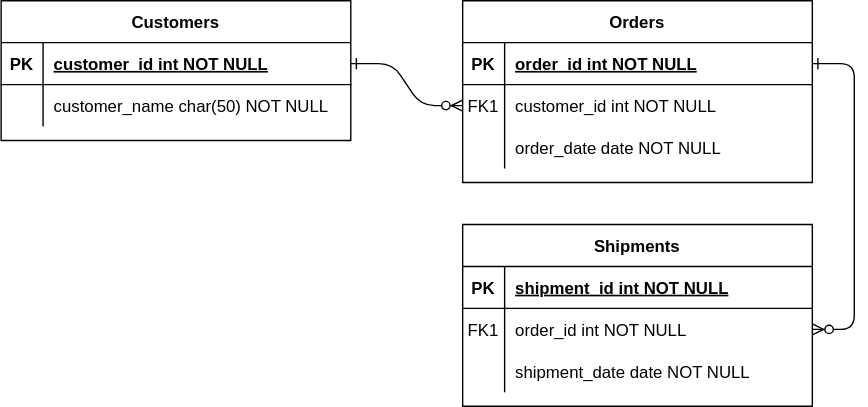
Above: project-board-erd.svg in YOOJONGHWA/fastcampus-project-board (draw.io), before the change. Source tidied: cells renumbered, new cells last; positions are measured from the earlier drawing's top-left corner, leaving out a move shared by most shapes.
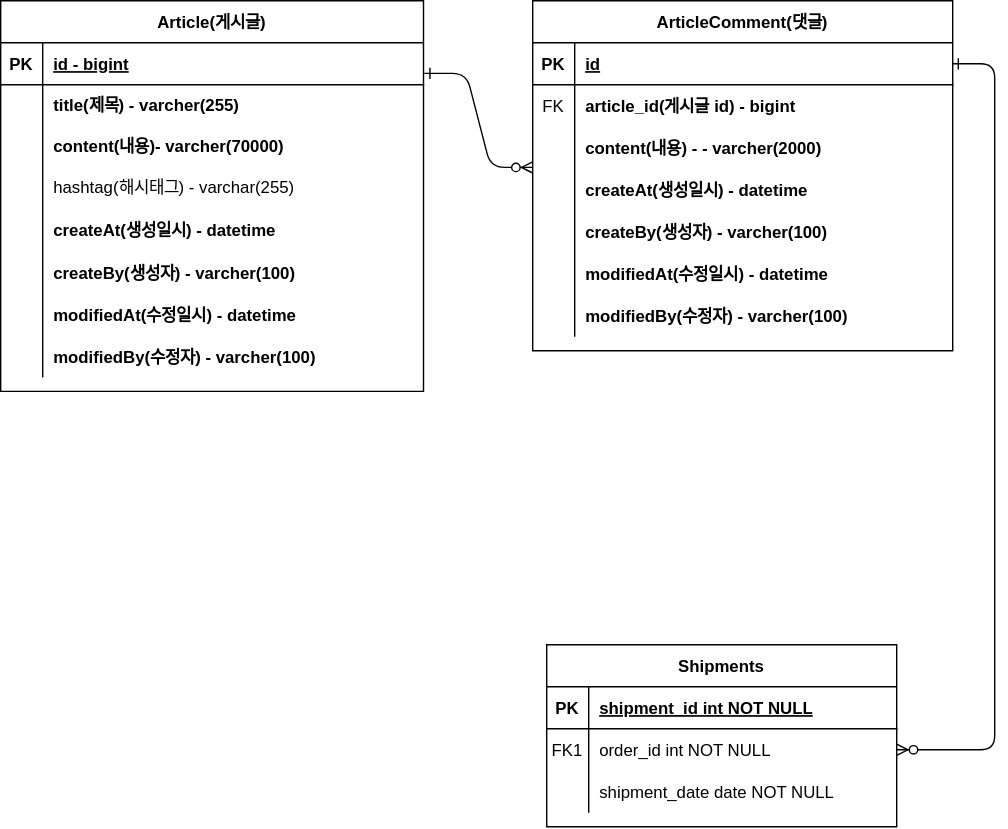
After the commit.

Change to the diagram source:
```diff
@@ -2,44 +2,82 @@
   <root>
     <mxCell id="0" />
     <mxCell id="1" parent="0" />
-    <mxCell id="2" style="edgeStyle=entityRelationEdgeStyle;endArrow=ERzeroToMany;startArrow=ERone;endFill=1;startFill=0;" parent="1" edge="1" source="25" target="8">
-      <mxGeometry relative="1" as="geometry" />
+    <mxCell id="2" style="edgeStyle=entityRelationEdgeStyle;endArrow=ERzeroToMany;startArrow=ERone;endFill=1;startFill=0;exitX=1.002;exitY=0.728;exitDx=0;exitDy=0;exitPerimeter=0;" parent="1" edge="1" source="25">
+      <mxGeometry relative="1" as="geometry">
+        <mxPoint x="330" y="119" as="targetPoint" />
+      </mxGeometry>
     </mxCell>
     <mxCell id="3" style="edgeStyle=entityRelationEdgeStyle;endArrow=ERzeroToMany;startArrow=ERone;endFill=1;startFill=0;" parent="1" edge="1" source="5" target="18">
       <mxGeometry relative="1" as="geometry" />
     </mxCell>
-    <mxCell id="4" value="Orders" style="shape=table;startSize=30;rowLines=0;fontStyle=1;align=center;" parent="1" vertex="1">
-      <mxGeometry x="330" width="250" height="130" as="geometry" />
+    <mxCell id="4" value="ArticleComment(댓글)" style="shape=table;startSize=30;rowLines=0;fontStyle=1;align=center;" parent="1" vertex="1">
+      <mxGeometry x="330" width="300" height="250" as="geometry" />
     </mxCell>
     <mxCell id="5" style="shape=partialRectangle;fillColor=none;points=[[0,0.5],[1,0.5]];portConstraint=eastwest;top=0;left=0;right=0;bottom=1;" parent="4" vertex="1">
-      <mxGeometry y="30" width="250" height="30" as="geometry" />
+      <mxGeometry y="30" width="300" height="30" as="geometry" />
     </mxCell>
     <mxCell id="6" value="PK" style="shape=partialRectangle;overflow=hidden;fillColor=none;top=0;left=0;bottom=0;right=0;fontStyle=1;" parent="5" vertex="1">
       <mxGeometry width="30" height="30" as="geometry" />
     </mxCell>
-    <mxCell id="7" value="order_id int NOT NULL " style="shape=partialRectangle;overflow=hidden;fillColor=none;top=0;left=0;bottom=0;right=0;align=left;spacingLeft=6;fontStyle=5;" parent="5" vertex="1">
-      <mxGeometry x="30" width="220" height="30" as="geometry" />
+    <mxCell id="7" value="id" style="shape=partialRectangle;overflow=hidden;fillColor=none;top=0;left=0;bottom=0;right=0;align=left;spacingLeft=6;fontStyle=5;" parent="5" vertex="1">
+      <mxGeometry x="30" width="270" height="30" as="geometry" />
     </mxCell>
-    <mxCell id="8" style="shape=partialRectangle;fillColor=none;points=[[0,0.5],[1,0.5]];portConstraint=eastwest;top=0;left=0;right=0;bottom=0;" parent="4" vertex="1">
-      <mxGeometry y="60" width="250" height="30" as="geometry" />
+    <mxCell id="8" style="shape=partialRectangle;fillColor=none;points=[[0,0.5],[1,0.5]];portConstraint=eastwest;top=0;left=0;right=0;bottom=0;fontStyle=0;" parent="4" vertex="1">
+      <mxGeometry y="60" width="300" height="30" as="geometry" />
     </mxCell>
-    <mxCell id="9" value="FK1" style="shape=partialRectangle;overflow=hidden;fillColor=none;top=0;left=0;bottom=0;right=0;" parent="8" vertex="1">
+    <mxCell id="9" value="FK" style="shape=partialRectangle;overflow=hidden;fillColor=none;top=0;left=0;bottom=0;right=0;" parent="8" vertex="1">
       <mxGeometry width="30" height="30" as="geometry" />
     </mxCell>
-    <mxCell id="10" value="customer_id int NOT NULL" style="shape=partialRectangle;overflow=hidden;fillColor=none;top=0;left=0;bottom=0;right=0;align=left;spacingLeft=6;" parent="8" vertex="1">
-      <mxGeometry x="30" width="220" height="30" as="geometry" />
+    <mxCell id="10" value="article_id(게시글 id) - bigint   " style="shape=partialRectangle;overflow=hidden;fillColor=none;top=0;left=0;bottom=0;right=0;align=left;spacingLeft=6;fontStyle=1;" parent="8" vertex="1">
+      <mxGeometry x="30" width="270" height="30" as="geometry" />
     </mxCell>
     <mxCell id="11" style="shape=partialRectangle;fillColor=none;top=0;left=0;right=0;bottom=0;" parent="4" vertex="1">
-      <mxGeometry y="90" width="250" height="30" as="geometry" />
+      <mxGeometry y="90" width="300" height="30" as="geometry" />
     </mxCell>
     <mxCell id="12" style="shape=partialRectangle;overflow=hidden;fillColor=none;top=0;left=0;bottom=0;right=0;" parent="11" vertex="1">
       <mxGeometry width="30" height="30" as="geometry" />
     </mxCell>
-    <mxCell id="13" value="order_date date NOT NULL" style="shape=partialRectangle;overflow=hidden;fillColor=none;top=0;left=0;bottom=0;right=0;align=left;spacingLeft=6;" parent="11" vertex="1">
-      <mxGeometry x="30" width="220" height="30" as="geometry" />
+    <mxCell id="13" value="content(내용) - - varcher(2000)   " style="shape=partialRectangle;overflow=hidden;fillColor=none;top=0;left=0;bottom=0;right=0;align=left;spacingLeft=6;fontStyle=1;" parent="11" vertex="1">
+      <mxGeometry x="30" width="270" height="30" as="geometry" />
     </mxCell>
+    <mxCell id="31" style="shape=partialRectangle;fillColor=none;top=0;left=0;right=0;bottom=0;" parent="4" vertex="1">
+      <mxGeometry y="120" width="300" height="30" as="geometry" />
+    </mxCell>
+    <mxCell id="32" style="shape=partialRectangle;overflow=hidden;fillColor=none;top=0;left=0;bottom=0;right=0;" parent="31" vertex="1">
+      <mxGeometry width="30" height="30" as="geometry" />
+    </mxCell>
+    <mxCell id="33" value="createAt(생성일시) - datetime" style="shape=partialRectangle;overflow=hidden;fillColor=none;top=0;left=0;bottom=0;right=0;align=left;spacingLeft=6;fontStyle=1;" parent="31" vertex="1">
+      <mxGeometry x="30" width="270" height="30" as="geometry" />
+    </mxCell>
+    <mxCell id="34" style="shape=partialRectangle;fillColor=none;top=0;left=0;right=0;bottom=0;" parent="4" vertex="1">
+      <mxGeometry y="150" width="300" height="30" as="geometry" />
+    </mxCell>
+    <mxCell id="35" style="shape=partialRectangle;overflow=hidden;fillColor=none;top=0;left=0;bottom=0;right=0;" parent="34" vertex="1">
+      <mxGeometry width="30" height="30" as="geometry" />
+    </mxCell>
+    <mxCell id="36" value="createBy(생성자) - varcher(100)    " style="shape=partialRectangle;overflow=hidden;fillColor=none;top=0;left=0;bottom=0;right=0;align=left;spacingLeft=6;fontStyle=1;" parent="34" vertex="1">
+      <mxGeometry x="30" width="270" height="30" as="geometry" />
+    </mxCell>
+    <mxCell id="37" style="shape=partialRectangle;fillColor=none;top=0;left=0;right=0;bottom=0;" parent="4" vertex="1">
+      <mxGeometry y="180" width="300" height="30" as="geometry" />
+    </mxCell>
+    <mxCell id="38" style="shape=partialRectangle;overflow=hidden;fillColor=none;top=0;left=0;bottom=0;right=0;" parent="37" vertex="1">
+      <mxGeometry width="30" height="30" as="geometry" />
+    </mxCell>
+    <mxCell id="39" value="modifiedAt(수정일시) - datetime" style="shape=partialRectangle;overflow=hidden;fillColor=none;top=0;left=0;bottom=0;right=0;align=left;spacingLeft=6;fontStyle=1;" parent="37" vertex="1">
+      <mxGeometry x="30" width="270" height="30" as="geometry" />
+    </mxCell>
+    <mxCell id="40" style="shape=partialRectangle;fillColor=none;top=0;left=0;right=0;bottom=0;" parent="4" vertex="1">
+      <mxGeometry y="210" width="300" height="30" as="geometry" />
+    </mxCell>
+    <mxCell id="41" style="shape=partialRectangle;overflow=hidden;fillColor=none;top=0;left=0;bottom=0;right=0;" parent="40" vertex="1">
+      <mxGeometry width="30" height="30" as="geometry" />
+    </mxCell>
+    <mxCell id="42" value="modifiedBy(수정자) - varcher(100)    " style="shape=partialRectangle;overflow=hidden;fillColor=none;top=0;left=0;bottom=0;right=0;align=left;spacingLeft=6;fontStyle=1;" parent="40" vertex="1">
+      <mxGeometry x="30" width="270" height="30" as="geometry" />
+    </mxCell>
     <mxCell id="14" value="Shipments" style="shape=table;startSize=30;rowLines=0;fontStyle=1;align=center;" parent="1" vertex="1">
-      <mxGeometry x="330" y="160" width="250" height="130" as="geometry" />
+      <mxGeometry x="340" y="460" width="250" height="130" as="geometry" />
     </mxCell>
     <mxCell id="15" style="shape=partialRectangle;fillColor=none;top=0;left=0;right=0;bottom=1;" parent="14" vertex="1">
       <mxGeometry y="30" width="250" height="30" as="geometry" />
@@ -68,26 +106,80 @@
     <mxCell id="23" value="shipment_date date NOT NULL" style="shape=partialRectangle;overflow=hidden;fillColor=none;top=0;left=0;bottom=0;right=0;align=left;spacingLeft=6;" parent="21" vertex="1">
       <mxGeometry x="30" width="220" height="30" as="geometry" />
     </mxCell>
-    <mxCell id="24" value="Customers" style="shape=table;startSize=30;rowLines=0;fontStyle=1;align=center;" parent="1" vertex="1">
-      <mxGeometry width="250" height="100" as="geometry" />
+    <mxCell id="24" value="Article(게시글)" style="shape=table;startSize=30;rowLines=0;fontStyle=1;align=center;" parent="1" vertex="1">
+      <mxGeometry x="-50" width="302" height="279" as="geometry" />
     </mxCell>
     <mxCell id="25" style="shape=partialRectangle;fillColor=none;points=[[0,0.5],[1,0.5]];portConstraint=eastwest;top=0;left=0;right=0;bottom=1;" parent="24" vertex="1">
-      <mxGeometry y="30" width="250" height="30" as="geometry" />
+      <mxGeometry y="30" width="302" height="30" as="geometry" />
     </mxCell>
     <mxCell id="26" value="PK" style="shape=partialRectangle;overflow=hidden;fillColor=none;top=0;left=0;bottom=0;right=0;fontStyle=1;" parent="25" vertex="1">
       <mxGeometry width="30" height="30" as="geometry" />
     </mxCell>
-    <mxCell id="27" value="customer_id int NOT NULL " style="shape=partialRectangle;overflow=hidden;fillColor=none;top=0;left=0;bottom=0;right=0;align=left;spacingLeft=6;fontStyle=5;" parent="25" vertex="1">
-      <mxGeometry x="30" width="220" height="30" as="geometry" />
+    <mxCell id="27" value="id - bigint" style="shape=partialRectangle;overflow=hidden;fillColor=none;top=0;left=0;bottom=0;right=0;align=left;spacingLeft=6;fontStyle=5;" parent="25" vertex="1">
+      <mxGeometry x="30" width="272" height="30" as="geometry" />
     </mxCell>
     <mxCell id="28" style="shape=partialRectangle;fillColor=none;top=0;left=0;right=0;bottom=0;" parent="24" vertex="1">
-      <mxGeometry y="60" width="250" height="30" as="geometry" />
+      <mxGeometry y="60" width="302" height="29" as="geometry" />
     </mxCell>
     <mxCell id="29" style="shape=partialRectangle;overflow=hidden;fillColor=none;top=0;left=0;bottom=0;right=0;" parent="28" vertex="1">
-      <mxGeometry width="30" height="30" as="geometry" />
+      <mxGeometry width="30" height="29" as="geometry" />
     </mxCell>
-    <mxCell id="30" value="customer_name char(50) NOT NULL" style="shape=partialRectangle;overflow=hidden;fillColor=none;top=0;left=0;bottom=0;right=0;align=left;spacingLeft=6;" parent="28" vertex="1">
-      <mxGeometry x="30" width="220" height="30" as="geometry" />
+    <mxCell id="30" value="title(제목) - varcher(255)    " style="shape=partialRectangle;overflow=hidden;fillColor=none;top=0;left=0;bottom=0;right=0;align=left;spacingLeft=6;fontStyle=1;" parent="28" vertex="1">
+      <mxGeometry x="30" width="272" height="29" as="geometry" />
     </mxCell>
+    <mxCell id="43" style="shape=partialRectangle;fillColor=none;top=0;left=0;right=0;bottom=0;" parent="24" vertex="1">
+      <mxGeometry y="89" width="302" height="29" as="geometry" />
+    </mxCell>
+    <mxCell id="44" style="shape=partialRectangle;overflow=hidden;fillColor=none;top=0;left=0;bottom=0;right=0;" parent="43" vertex="1">
+      <mxGeometry width="30" height="29" as="geometry" />
+    </mxCell>
+    <mxCell id="45" value="content(내용)- varcher(70000)    " style="shape=partialRectangle;overflow=hidden;fillColor=none;top=0;left=0;bottom=0;right=0;align=left;spacingLeft=6;fontStyle=1;" parent="43" vertex="1">
+      <mxGeometry x="30" width="272" height="29" as="geometry" />
+    </mxCell>
+    <mxCell id="46" style="shape=partialRectangle;fillColor=none;top=0;left=0;right=0;bottom=0;" parent="24" vertex="1">
+      <mxGeometry y="118" width="302" height="30" as="geometry" />
+    </mxCell>
+    <mxCell id="47" style="shape=partialRectangle;overflow=hidden;fillColor=none;top=0;left=0;bottom=0;right=0;" parent="46" vertex="1">
+      <mxGeometry width="30" height="30" as="geometry" />
+    </mxCell>
+    <mxCell id="48" value="hashtag(해시태그) - varchar(255)" style="shape=partialRectangle;overflow=hidden;fillColor=none;top=0;left=0;bottom=0;right=0;align=left;spacingLeft=6;" parent="46" vertex="1">
+      <mxGeometry x="30" width="272" height="30" as="geometry" />
+    </mxCell>
+    <mxCell id="49" style="shape=partialRectangle;fillColor=none;top=0;left=0;right=0;bottom=0;" parent="24" vertex="1">
+      <mxGeometry y="148" width="302" height="31" as="geometry" />
+    </mxCell>
+    <mxCell id="50" style="shape=partialRectangle;overflow=hidden;fillColor=none;top=0;left=0;bottom=0;right=0;" parent="49" vertex="1">
+      <mxGeometry width="30" height="31" as="geometry" />
+    </mxCell>
+    <mxCell id="51" value="createAt(생성일시) - datetime" style="shape=partialRectangle;overflow=hidden;fillColor=none;top=0;left=0;bottom=0;right=0;align=left;spacingLeft=6;fontStyle=1;" parent="49" vertex="1">
+      <mxGeometry x="30" width="272" height="31" as="geometry" />
+    </mxCell>
+    <mxCell id="52" style="shape=partialRectangle;fillColor=none;top=0;left=0;right=0;bottom=0;" parent="24" vertex="1">
+      <mxGeometry y="179" width="302" height="30" as="geometry" />
+    </mxCell>
+    <mxCell id="53" style="shape=partialRectangle;overflow=hidden;fillColor=none;top=0;left=0;bottom=0;right=0;" parent="52" vertex="1">
+      <mxGeometry width="30" height="30" as="geometry" />
+    </mxCell>
+    <mxCell id="54" value="createBy(생성자) - varcher(100)    " style="shape=partialRectangle;overflow=hidden;fillColor=none;top=0;left=0;bottom=0;right=0;align=left;spacingLeft=6;fontStyle=1;" parent="52" vertex="1">
+      <mxGeometry x="30" width="272" height="30" as="geometry" />
+    </mxCell>
+    <mxCell id="55" style="shape=partialRectangle;fillColor=none;top=0;left=0;right=0;bottom=0;" parent="24" vertex="1">
+      <mxGeometry y="209" width="302" height="30" as="geometry" />
+    </mxCell>
+    <mxCell id="56" style="shape=partialRectangle;overflow=hidden;fillColor=none;top=0;left=0;bottom=0;right=0;" parent="55" vertex="1">
+      <mxGeometry width="30" height="30" as="geometry" />
+    </mxCell>
+    <mxCell id="57" value="modifiedAt(수정일시) - datetime" style="shape=partialRectangle;overflow=hidden;fillColor=none;top=0;left=0;bottom=0;right=0;align=left;spacingLeft=6;fontStyle=1;" parent="55" vertex="1">
+      <mxGeometry x="30" width="272" height="30" as="geometry" />
+    </mxCell>
+    <mxCell id="58" style="shape=partialRectangle;fillColor=none;top=0;left=0;right=0;bottom=0;" parent="24" vertex="1">
+      <mxGeometry y="239" width="302" height="30" as="geometry" />
+    </mxCell>
+    <mxCell id="59" style="shape=partialRectangle;overflow=hidden;fillColor=none;top=0;left=0;bottom=0;right=0;" parent="58" vertex="1">
+      <mxGeometry width="30" height="30" as="geometry" />
+    </mxCell>
+    <mxCell id="60" value="modifiedBy(수정자) - varcher(100)    " style="shape=partialRectangle;overflow=hidden;fillColor=none;top=0;left=0;bottom=0;right=0;align=left;spacingLeft=6;fontStyle=1;" parent="58" vertex="1">
+      <mxGeometry x="30" width="272" height="30" as="geometry" />
+    </mxCell>
   </root>
 </mxGraphModel>
```
